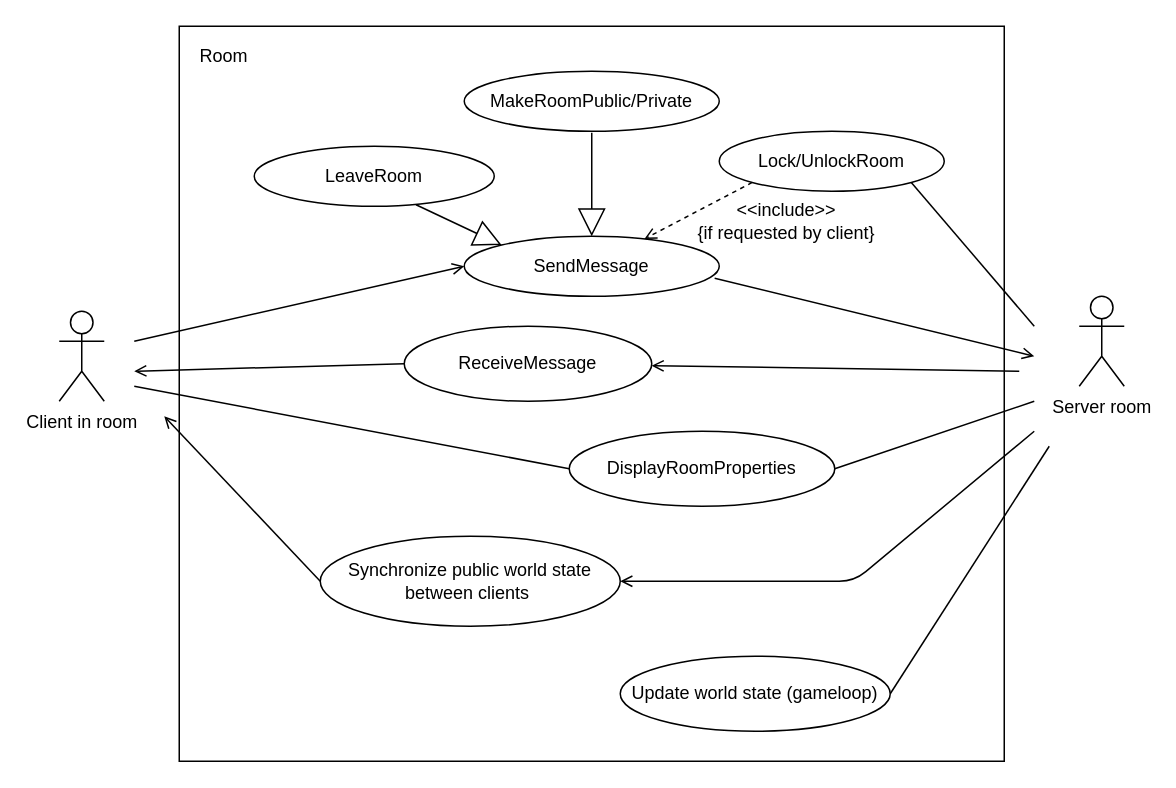
StefanoSalvatori/PPS-18-scala-omg keeps this draw.io diagram as doc/room-use_cases.drawio. Above is the earlier version. Source tidied: cells renumbered, new cells numbered last; positions are measured from the earlier drawing's top-left corner, leaving out a move shared by most shapes. Both pictures are drawn from the tidied source at 150%, with x=0, y=0 at pixel (58, 26).
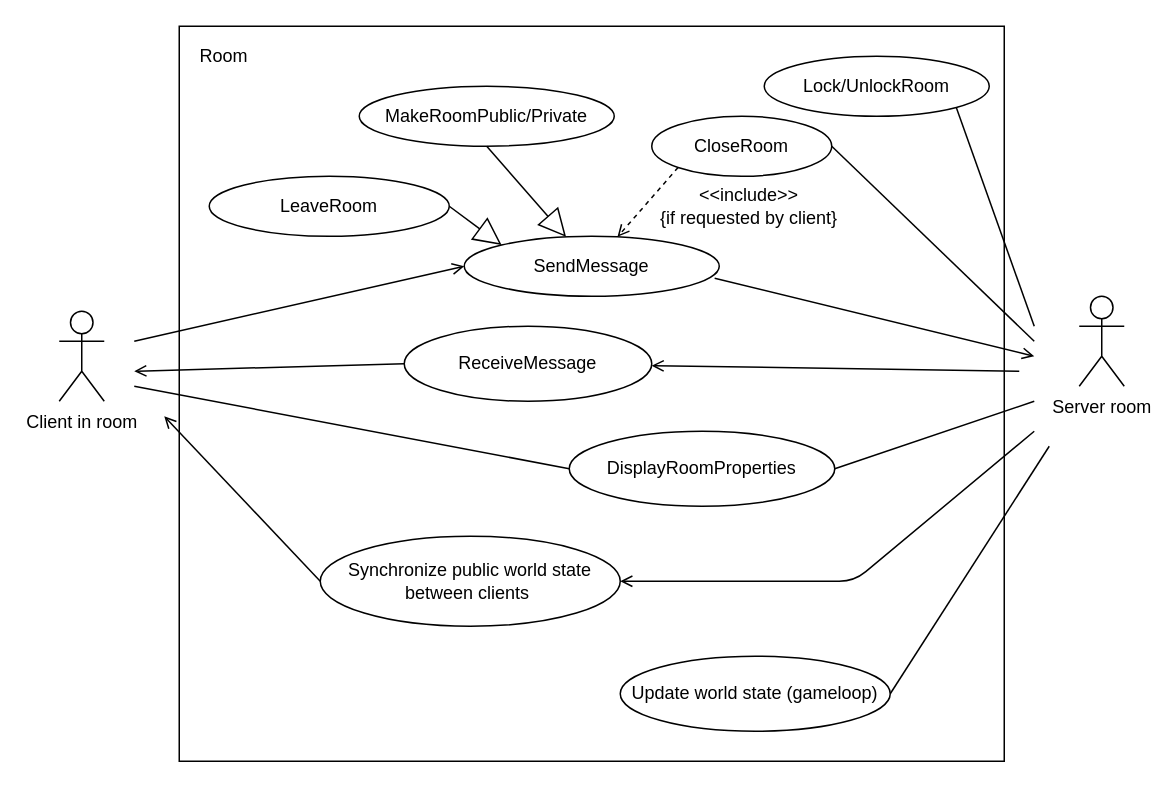
The same diagram, later.

Commit message (it also covers changes not shown here):
Improved requirements and use cases for matchmaking

The change refers to these unchanged cells:
```xml
<mxCell id="7" value="SendMessage" style="ellipse;whiteSpace=wrap;html=1;" parent="1" vertex="1">
  <mxGeometry x="270" y="140" width="170" height="40" as="geometry" />
</mxCell>
```

What changed in the source:
```diff
@@
     <mxCell id="6" value="LeaveRoom" style="ellipse;whiteSpace=wrap;html=1;" parent="1" vertex="1">
-      <mxGeometry x="130" y="80" width="160" height="40" as="geometry" />
+      <mxGeometry x="100" y="100" width="160" height="40" as="geometry" />
     </mxCell>
@@
     <mxCell id="21" value="MakeRoomPublic/Private" style="ellipse;whiteSpace=wrap;html=1;" parent="1" vertex="1">
-      <mxGeometry x="270" y="30" width="170" height="40" as="geometry" />
+      <mxGeometry x="200" y="40" width="170" height="40" as="geometry" />
     </mxCell>
     <mxCell id="22" value="Lock/UnlockRoom" style="ellipse;whiteSpace=wrap;html=1;" parent="1" vertex="1">
-      <mxGeometry x="440" y="70" width="150" height="40" as="geometry" />
+      <mxGeometry x="470" y="20" width="150" height="40" as="geometry" />
     </mxCell>
-    <mxCell id="23" style="endArrow=block;endSize=16;endFill=0;html=1;" parent="1" edge="1" target="7">
-      <mxGeometry relative="1" as="geometry">
-        <mxPoint x="355" y="71" as="sourcePoint" />
-      </mxGeometry>
+    <mxCell id="23" style="endArrow=block;endSize=16;endFill=0;html=1;exitX=0.5;exitY=1;exitDx=0;exitDy=0;" parent="1" edge="1" source="21" target="7">
+      <mxGeometry relative="1" as="geometry" />
     </mxCell>
@@
-    <mxCell id="25" style="endArrow=open;html=1;exitX=0;exitY=1;exitDx=0;exitDy=0;dashed=1;endFill=0;" parent="1" edge="1" source="22" target="7">
+    <mxCell id="25" style="endArrow=open;html=1;dashed=1;endFill=0;exitX=0;exitY=1;exitDx=0;exitDy=0;" parent="1" edge="1" source="28" target="7">
       <mxGeometry relative="1" as="geometry" />
     </mxCell>
     <mxCell id="26" value="&amp;lt;&amp;lt;include&amp;gt;&amp;gt;&lt;br&gt;{if requested by client}" style="text;html=1;strokeColor=none;fillColor=none;align=center;verticalAlign=middle;whiteSpace=wrap;rounded=0;" parent="1" vertex="1">
-      <mxGeometry x="420" y="120" width="130" height="20" as="geometry" />
+      <mxGeometry x="395" y="110" width="130" height="20" as="geometry" />
     </mxCell>
-    <mxCell id="27" style="endArrow=block;endSize=16;endFill=0;html=1;exitX=0.674;exitY=0.975;exitDx=0;exitDy=0;exitPerimeter=0;entryX=0;entryY=0;entryDx=0;entryDy=0;" parent="1" edge="1" source="6" target="7">
+    <mxCell id="27" style="endArrow=block;endSize=16;endFill=0;html=1;exitX=1;exitY=0.5;exitDx=0;exitDy=0;entryX=0;entryY=0;entryDx=0;entryDy=0;" parent="1" edge="1" source="6" target="7">
       <mxGeometry relative="1" as="geometry" />
     </mxCell>
+    <mxCell id="28" value="CloseRoom" style="ellipse;whiteSpace=wrap;html=1;" parent="1" vertex="1">
+      <mxGeometry x="395" y="60" width="120" height="40" as="geometry" />
+    </mxCell>
+    <mxCell id="29" style="endArrow=none;html=1;exitX=1;exitY=0.5;exitDx=0;exitDy=0;" parent="1" edge="1" source="28">
+      <mxGeometry relative="1" as="geometry">
+        <mxPoint x="650" y="210" as="targetPoint" />
+      </mxGeometry>
+    </mxCell>
```
